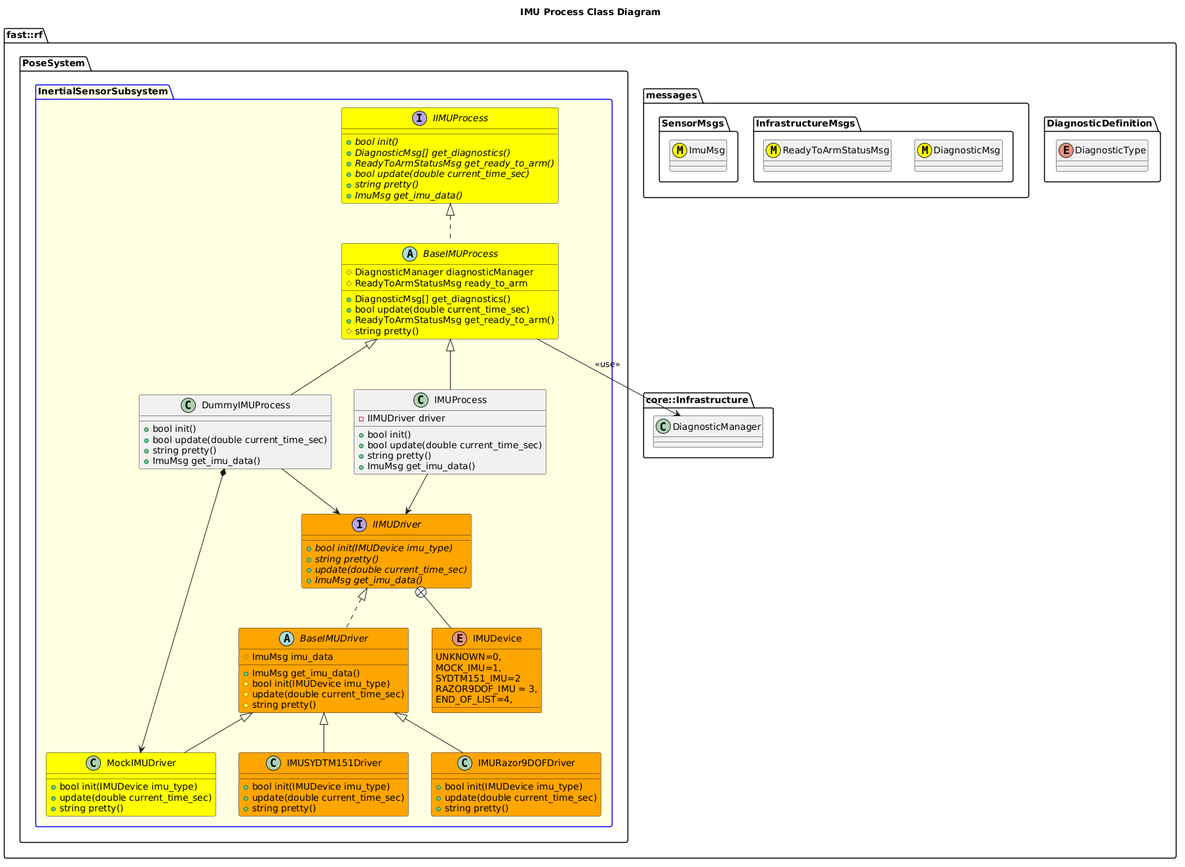
Before: Systems/Pose/Subsystems/InertialSensor/Processes/IMU/doc/puml/IMUProcessClassDiagram.png, a diagram exported from PlantUML (fastrobotics/robot_framework).
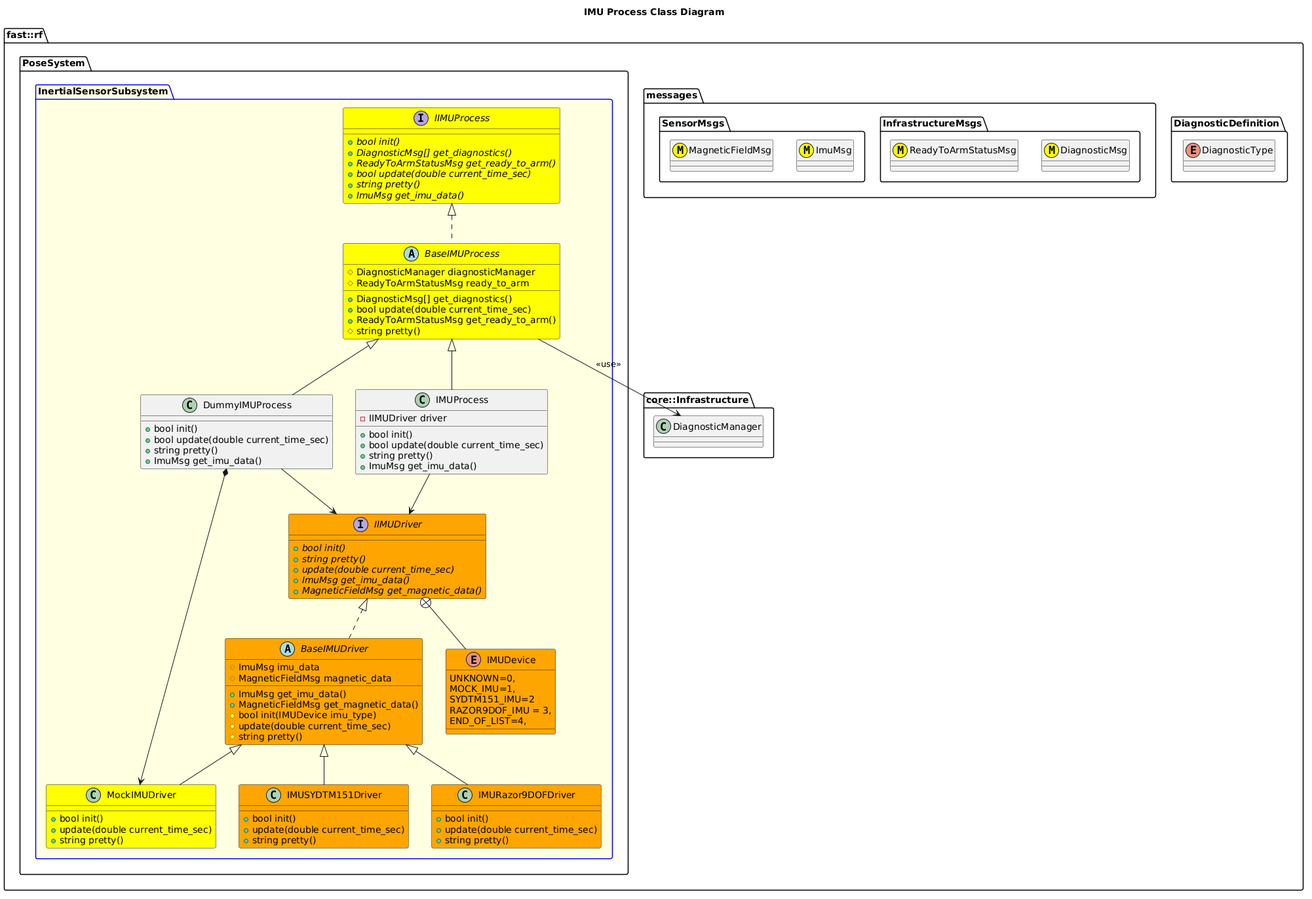
Later version of the same file.

The edit, as a diff of the source:
```diff
@@ -12,6 +12,7 @@
     }
     namespace SensorMsgs {
       class ImuMsg <<(M,#FFFF00)>>
+      class MagneticFieldMsg <<(M,#FFFF00)>>
     }
   }
   namespace core::Infrastructure {
@@ -47,23 +48,26 @@
           END_OF_LIST=4,
         }
         interface IIMUDriver #Orange {
-          +{abstract} bool init(IMUDevice imu_type)
+          +{abstract} bool init()
           +{abstract} string pretty()
           +{abstract} update(double current_time_sec)
           +{abstract} ImuMsg get_imu_data()
+          +{abstract} MagneticFieldMsg get_magnetic_data()
         }
         IIMUDriver +-- IMUDevice
         abstract BaseIMUDriver #Orange {
           +ImuMsg get_imu_data()
+          +MagneticFieldMsg get_magnetic_data()
           #bool init(IMUDevice imu_type)
           #update(double current_time_sec)
           #string pretty()
           #ImuMsg imu_data
+          #MagneticFieldMsg magnetic_data
         }
         BaseIMUDriver .up.|> IIMUDriver
 
         class MockIMUDriver #Yellow {
-           +bool init(IMUDevice imu_type)
+           +bool init()
            +update(double current_time_sec)
            +string pretty()
 
@@ -71,13 +75,13 @@
         MockIMUDriver -up-|> BaseIMUDriver
 
         class IMUSYDTM151Driver #Orange {
-           +bool init(IMUDevice imu_type)
+           +bool init()
            +update(double current_time_sec)
            +string pretty()
         }
         IMUSYDTM151Driver -up-|> BaseIMUDriver
         class IMURazor9DOFDriver #Orange {
-           +bool init(IMUDevice imu_type)
+           +bool init()
            +update(double current_time_sec)
            +string pretty()
         }
```
